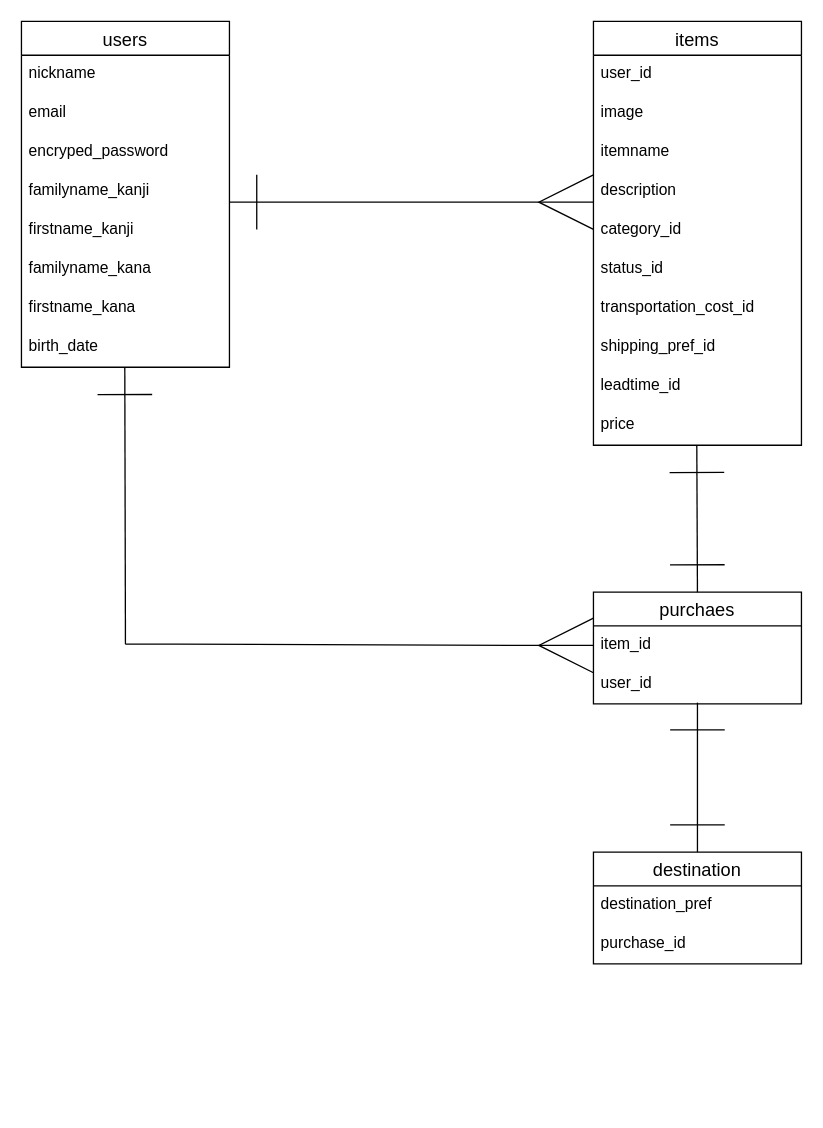
rea1ism/furima-37846 keeps this draw.io diagram as erchart.dio. Above is the earlier version. Source tidied: cells renumbered, new cells numbered last; positions are measured from the earlier drawing's top-left corner, leaving out a move shared by most shapes. Both pictures are drawn from the tidied source at 130%, with x=0, y=0 at pixel (21, 21).
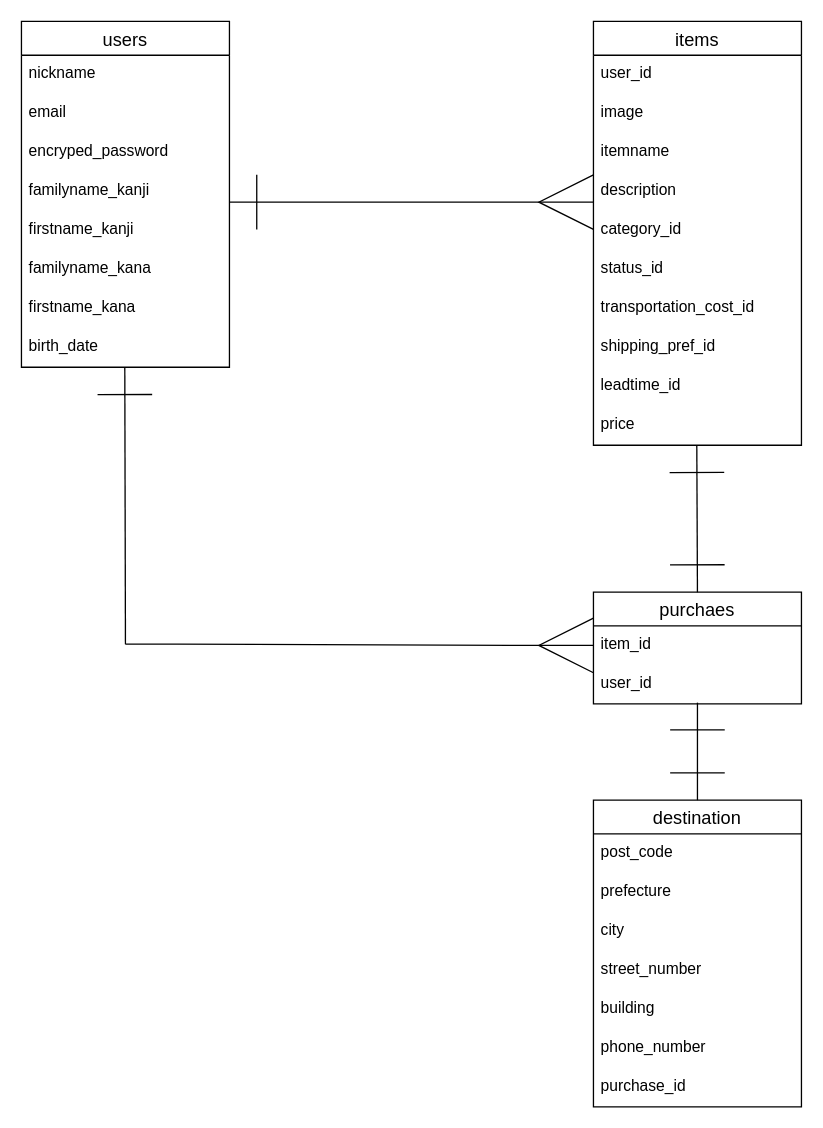
Above is the later version.

Commit message:
データベース設計の修正3rd

Change to the diagram source:
```diff
@@
     <mxCell id="27" value="destination" style="swimlane;fontStyle=0;horizontal=1;startSize=26;align=center;fontSize=14;" parent="1" vertex="1">
-      <mxGeometry x="440" y="639" width="160" height="86" as="geometry" />
+      <mxGeometry x="440" y="599" width="160" height="236" as="geometry" />
     </mxCell>
-    <mxCell id="28" value="destination_pref" style="text;strokeColor=none;fillColor=none;spacingLeft=4;spacingRight=4;overflow=hidden;fontSize=12;" parent="27" vertex="1">
+    <mxCell id="28" value="post_code" style="text;strokeColor=none;fillColor=none;spacingLeft=4;spacingRight=4;overflow=hidden;fontSize=12;" parent="27" vertex="1">
       <mxGeometry y="26" width="160" height="30" as="geometry" />
     </mxCell>
-    <mxCell id="29" value="purchase_id" style="text;strokeColor=none;fillColor=none;spacingLeft=4;spacingRight=4;overflow=hidden;fontSize=12;" parent="27" vertex="1">
+    <mxCell id="29" value="prefecture" style="text;strokeColor=none;fillColor=none;spacingLeft=4;spacingRight=4;overflow=hidden;fontSize=12;" parent="27" vertex="1">
       <mxGeometry y="56" width="160" height="30" as="geometry" />
     </mxCell>
+    <mxCell id="33" value="city" style="text;strokeColor=none;fillColor=none;spacingLeft=4;spacingRight=4;overflow=hidden;fontSize=12;" parent="27" vertex="1">
+      <mxGeometry y="86" width="160" height="30" as="geometry" />
+    </mxCell>
+    <mxCell id="34" value="street_number" style="text;strokeColor=none;fillColor=none;spacingLeft=4;spacingRight=4;overflow=hidden;fontSize=12;" parent="27" vertex="1">
+      <mxGeometry y="116" width="160" height="30" as="geometry" />
+    </mxCell>
+    <mxCell id="35" value="building" style="text;strokeColor=none;fillColor=none;spacingLeft=4;spacingRight=4;overflow=hidden;fontSize=12;" parent="27" vertex="1">
+      <mxGeometry y="146" width="160" height="30" as="geometry" />
+    </mxCell>
+    <mxCell id="36" value="phone_number" style="text;strokeColor=none;fillColor=none;spacingLeft=4;spacingRight=4;overflow=hidden;fontSize=12;" parent="27" vertex="1">
+      <mxGeometry y="176" width="160" height="30" as="geometry" />
+    </mxCell>
+    <mxCell id="37" value="purchase_id" style="text;strokeColor=none;fillColor=none;spacingLeft=4;spacingRight=4;overflow=hidden;fontSize=12;" parent="27" vertex="1">
+      <mxGeometry y="206" width="160" height="30" as="geometry" />
+    </mxCell>
-    <mxCell id="30" style="endArrow=ERone;html=1;rounded=0;endSize=40;sourcePerimeterSpacing=0;targetPerimeterSpacing=8;strokeWidth=1;startArrow=ERone;startFill=0;startSize=40;endFill=0;entryX=0.5;entryY=0;entryDx=0;entryDy=0;" parent="1" edge="1" target="27">
+    <mxCell id="30" style="endArrow=ERone;html=1;rounded=0;endSize=40;sourcePerimeterSpacing=0;targetPerimeterSpacing=8;strokeWidth=1;startArrow=ERone;startFill=0;startSize=40;endFill=0;" parent="1" edge="1">
       <mxGeometry relative="1" as="geometry">
         <mxPoint x="520" y="524" as="sourcePoint" />
+        <mxPoint x="520" y="599" as="targetPoint" />
       </mxGeometry>
     </mxCell>
```
